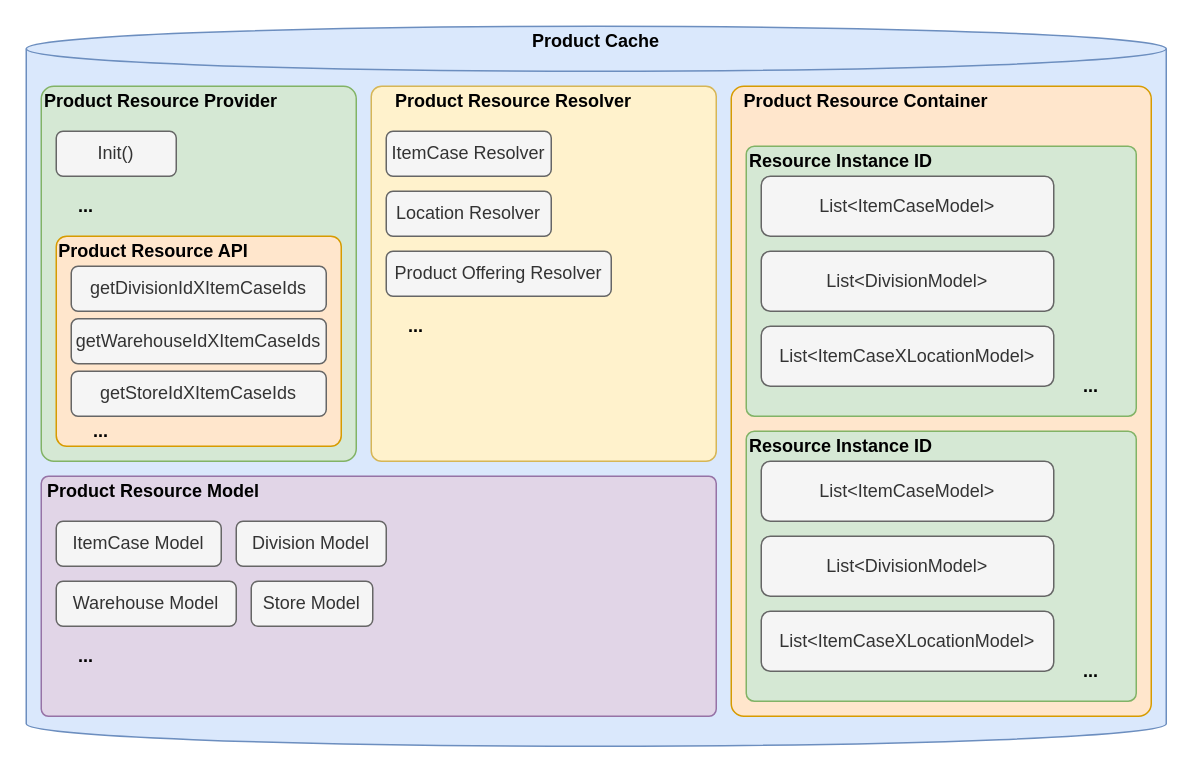
This is Product Cache Structure.drawio from dajin-kingland/UMLdiagrams, a draw.io file, before an edit. Source tidied: cells renumbered, new cells numbered last; positions are measured from the earlier drawing's top-left corner, leaving out a move shared by most shapes. Both pictures are drawn from the tidied source at 150%, with x=0, y=0 at pixel (26, 26).
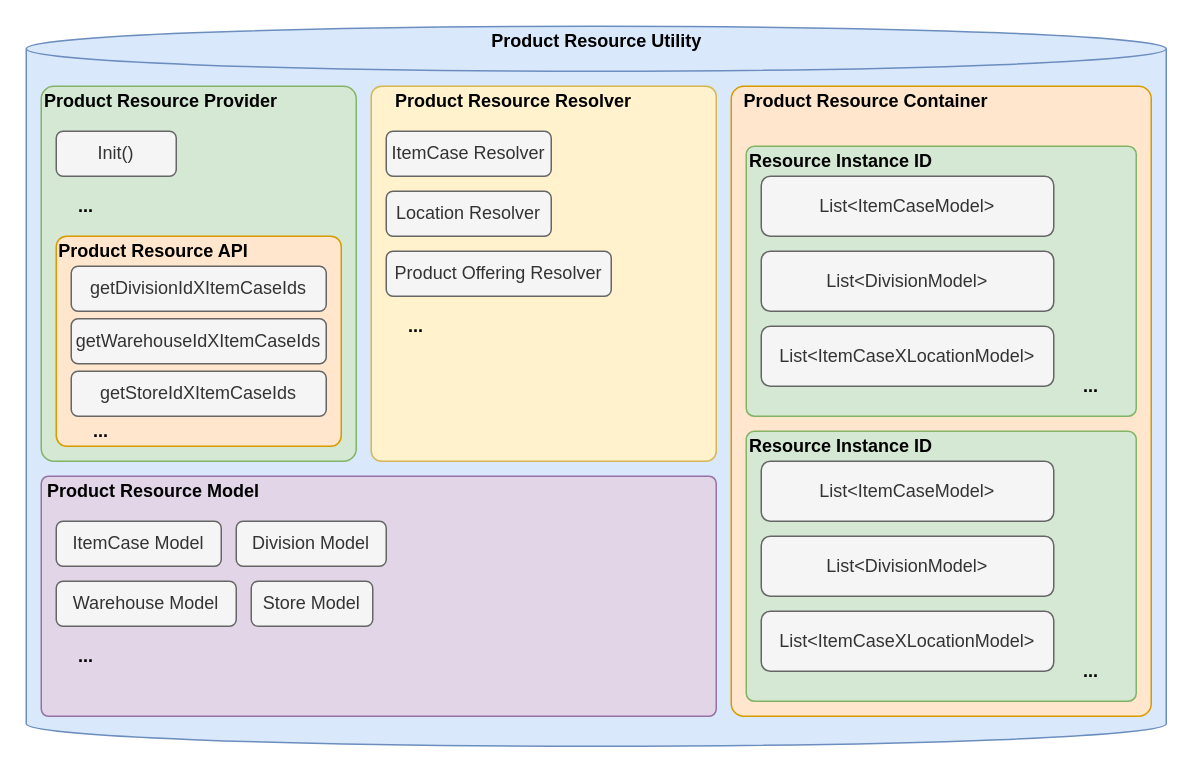
The same diagram, later.

Diff of the diagram source:
```diff
@@
-    <mxCell id="4" value="&lt;b&gt;Product Cache&lt;/b&gt;" style="text;html=1;strokeColor=none;fillColor=none;align=center;verticalAlign=middle;whiteSpace=wrap;rounded=0;" parent="1" vertex="1">
-      <mxGeometry x="335" width="90" height="20" as="geometry" />
+    <mxCell id="4" value="&lt;b&gt;Product Resource Utility&lt;/b&gt;" style="text;html=1;strokeColor=none;fillColor=none;align=center;verticalAlign=middle;whiteSpace=wrap;rounded=0;" parent="1" vertex="1">
+      <mxGeometry x="292.5" width="175" height="20" as="geometry" />
     </mxCell>
```
